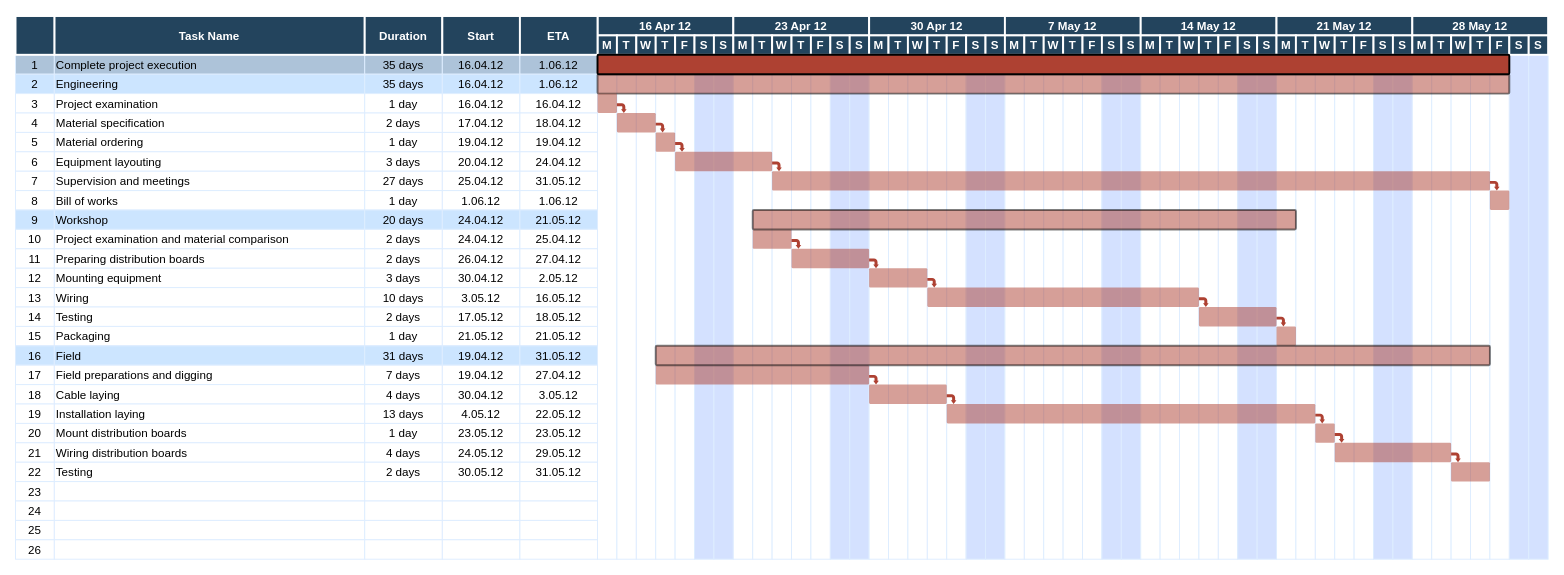
GalaticForce6/USYD_project keeps this draw.io diagram as 未命名绘图.drawio. Above is the earlier version. Source tidied: cells renumbered, new cells numbered last; positions are measured from the earlier drawing's top-left corner, leaving out a move shared by most shapes. Both pictures are drawn from the tidied source at 97%, with x=0, y=0 at pixel (15, 16).
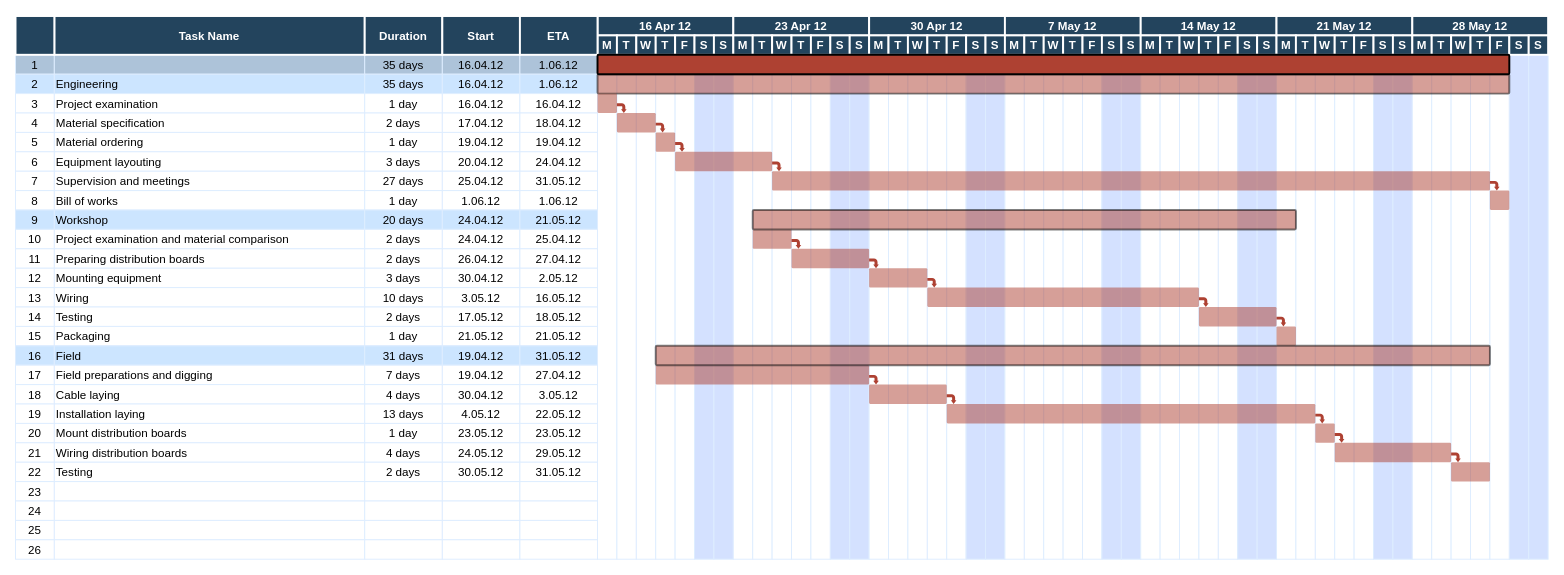
Above is the later version.

Change to the diagram source:
```diff
@@
-    <mxCell id="3" value="Complete project execution" style="align=left;strokeColor=#DEEDFF;fillColor=#ADC3D9;" parent="1" vertex="1">
+    <mxCell id="3" style="align=left;strokeColor=#DEEDFF;fillColor=#ADC3D9;" parent="1" vertex="1">
       <mxGeometry x="40.5" y="40" width="320" height="20" as="geometry" />
     </mxCell>
```
